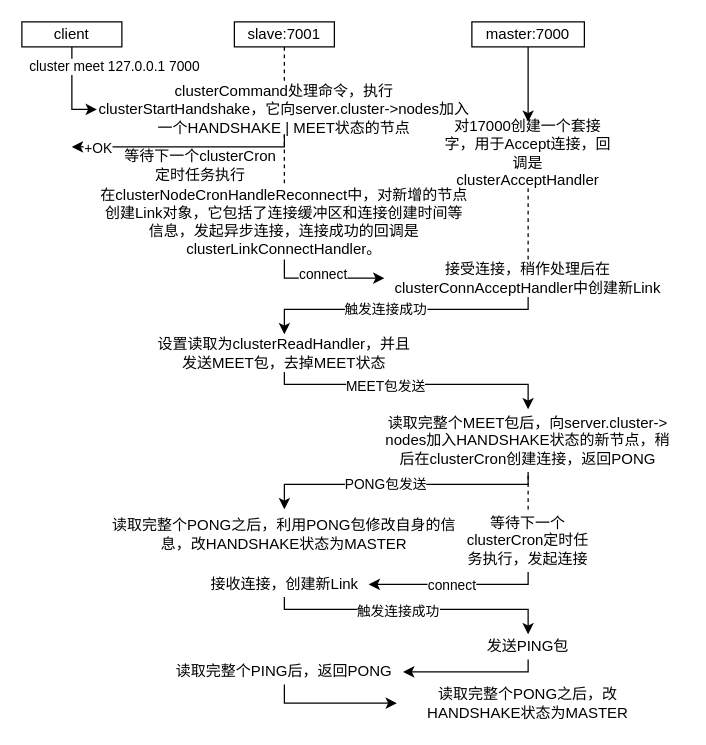
The draw.io diagram cluster-meet.drawio in Afeather2017/Afeather-Flowcharts, before the edit. Source tidied: cells renumbered, new cells numbered last; positions are measured from the earlier drawing's top-left corner, leaving out a move shared by most shapes. Both pictures are drawn from the tidied source at 125%, with x=0, y=0 at pixel (21, 21).
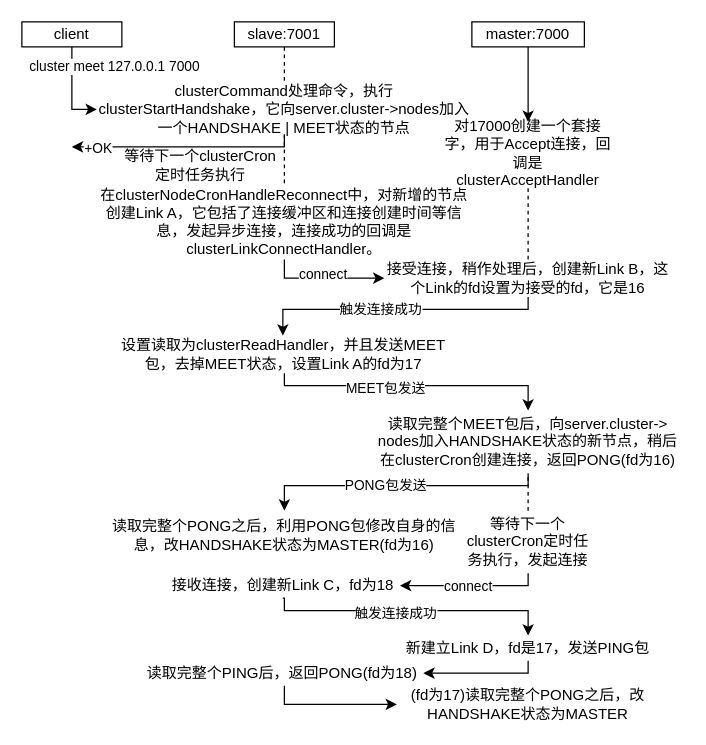
Above is the later version.

The edit, as a diff of the source:
```diff
@@
-    <mxCell id="12" style="edgeStyle=orthogonalEdgeStyle;rounded=0;jettySize=auto;html=1;entryX=0;entryY=0.5;entryDx=0;entryDy=0;" parent="1" edge="1" source="14" target="21">
+    <mxCell id="12" style="edgeStyle=orthogonalEdgeStyle;rounded=0;jettySize=auto;html=1;" parent="1" edge="1" source="14" target="21">
       <mxGeometry relative="1" as="geometry">
         <Array as="points">
           <mxPoint x="210" y="205" />
         </Array>
       </mxGeometry>
     </mxCell>
@@
-    <mxCell id="14" value="在clusterNodeCronHandleReconnect中，对新增的节点创建Link对象，它包括了连接缓冲区和连接创建时间等信息，发起异步连接，连接成功的回调是clusterLinkConnectHandler。" style="text;html=1;align=center;verticalAlign=middle;whiteSpace=wrap;rounded=0;" parent="1" vertex="1">
+    <mxCell id="14" value="在clusterNodeCronHandleReconnect中，对新增的节点创建Link A，它包括了连接缓冲区和连接创建时间等信息，发起异步连接，连接成功的回调是clusterLinkConnectHandler。" style="text;html=1;align=center;verticalAlign=middle;whiteSpace=wrap;rounded=0;" parent="1" vertex="1">
       <mxGeometry x="60" y="130" width="300" height="60" as="geometry" />
     </mxCell>
@@
     <mxCell id="19" style="edgeStyle=orthogonalEdgeStyle;rounded=0;jettySize=auto;html=1;entryX=0.5;entryY=0;entryDx=0;entryDy=0;" parent="1" edge="1" source="21" target="24">
       <mxGeometry relative="1" as="geometry">
         <Array as="points">
           <mxPoint x="405" y="230" />
-          <mxPoint x="210" y="230" />
+          <mxPoint x="209" y="230" />
         </Array>
       </mxGeometry>
     </mxCell>
-    <mxCell id="20" value="触发连接成功" style="edgeLabel;html=1;align=center;verticalAlign=middle;" parent="19" vertex="1">
-      <mxGeometry x="0.32" y="-1" relative="1" as="geometry">
-        <mxPoint x="24" as="offset" />
-      </mxGeometry>
-    </mxCell>
-    <mxCell id="21" value="接受连接，稍作处理后在clusterConnAcceptHandler中创建新Link" style="text;html=1;align=center;verticalAlign=middle;whiteSpace=wrap;rounded=0;" parent="1" vertex="1">
+    <mxCell id="21" value="接受连接，稍作处理后，创建新Link B，这个Link的fd设置为接受的fd，它是16" style="text;html=1;align=center;verticalAlign=middle;whiteSpace=wrap;rounded=0;" parent="1" vertex="1">
       <mxGeometry x="290" y="190" width="230" height="30" as="geometry" />
     </mxCell>
     <mxCell id="22" style="edgeStyle=orthogonalEdgeStyle;rounded=0;jettySize=auto;html=1;entryX=0.5;entryY=0;entryDx=0;entryDy=0;" parent="1" edge="1" source="24" target="27">
       <mxGeometry relative="1" as="geometry">
         <Array as="points">
-          <mxPoint x="210" y="290" />
-          <mxPoint x="405" y="290" />
+          <mxPoint x="210" y="291" />
+          <mxPoint x="405" y="291" />
         </Array>
       </mxGeometry>
     </mxCell>
@@
-    <mxCell id="24" value="设置读取为clusterReadHandler，并且发送MEET包，去掉MEET状态" style="text;html=1;align=center;verticalAlign=middle;whiteSpace=wrap;rounded=0;" parent="1" vertex="1">
-      <mxGeometry x="105" y="250" width="210" height="30" as="geometry" />
+    <mxCell id="24" value="设置读取为clusterReadHandler，并且发送MEET包，去掉MEET状态，设置Link A的fd为17" style="text;html=1;align=center;verticalAlign=middle;whiteSpace=wrap;rounded=0;" parent="1" vertex="1">
+      <mxGeometry x="77.5" y="251" width="262.5" height="30" as="geometry" />
     </mxCell>
     <mxCell id="25" style="edgeStyle=orthogonalEdgeStyle;rounded=0;jettySize=auto;html=1;entryX=0.5;entryY=0;entryDx=0;entryDy=0;" parent="1" edge="1" source="27" target="28">
       <mxGeometry relative="1" as="geometry">
         <Array as="points">
-          <mxPoint x="405" y="370" />
-          <mxPoint x="210" y="370" />
+          <mxPoint x="405" y="371" />
+          <mxPoint x="210" y="371" />
         </Array>
       </mxGeometry>
     </mxCell>
@@
-    <mxCell id="27" value="读取完整个MEET包后，向server.cluster-&amp;gt; nodes加入HANDSHAKE状态的新节点，稍后在clusterCron创建连接，返回PONG" style="text;html=1;align=center;verticalAlign=middle;whiteSpace=wrap;rounded=0;" parent="1" vertex="1">
-      <mxGeometry x="290" y="310" width="230" height="50" as="geometry" />
+    <mxCell id="27" value="读取完整个MEET包后，向server.cluster-&amp;gt; nodes加入HANDSHAKE状态的新节点，稍后在clusterCron创建连接，返回PONG(fd为16)" style="text;html=1;align=center;verticalAlign=middle;whiteSpace=wrap;rounded=0;" parent="1" vertex="1">
+      <mxGeometry x="280" y="311" width="250" height="50" as="geometry" />
     </mxCell>
-    <mxCell id="28" value="读取完整个PONG之后，利用PONG包修改自身的信息，改HANDSHAKE状态为MASTER" style="text;html=1;align=center;verticalAlign=middle;whiteSpace=wrap;rounded=0;" parent="1" vertex="1">
-      <mxGeometry x="60" y="390" width="300" height="40" as="geometry" />
+    <mxCell id="28" value="读取完整个PONG之后，利用PONG包修改自身的信息，改HANDSHAKE状态为MASTER(fd为16)" style="text;html=1;align=center;verticalAlign=middle;whiteSpace=wrap;rounded=0;" parent="1" vertex="1">
+      <mxGeometry x="60" y="391" width="300" height="40" as="geometry" />
     </mxCell>
     <mxCell id="29" style="edgeStyle=orthogonalEdgeStyle;rounded=0;jettySize=auto;html=1;" parent="1" edge="1" source="31" target="32">
       <mxGeometry relative="1" as="geometry">
         <Array as="points">
-          <mxPoint x="405" y="450" />
+          <mxPoint x="405" y="451" />
         </Array>
       </mxGeometry>
     </mxCell>
@@
     <mxCell id="31" value="等待下一个clusterCron定时任务执行，发起连接" style="text;html=1;align=center;verticalAlign=middle;whiteSpace=wrap;rounded=0;" parent="1" vertex="1">
-      <mxGeometry x="350" y="390" width="110" height="50" as="geometry" />
+      <mxGeometry x="350" y="391" width="110" height="50" as="geometry" />
     </mxCell>
-    <mxCell id="32" value="接收连接，创建新Link" style="text;html=1;align=center;verticalAlign=middle;whiteSpace=wrap;rounded=0;" parent="1" vertex="1">
-      <mxGeometry x="142.5" y="440" width="135" height="20" as="geometry" />
+    <mxCell id="32" value="接收连接，创建新Link C，fd为18" style="text;html=1;align=center;verticalAlign=middle;whiteSpace=wrap;rounded=0;" parent="1" vertex="1">
+      <mxGeometry x="115" y="441" width="187.5" height="20" as="geometry" />
     </mxCell>
@@
     <mxCell id="34" style="edgeStyle=orthogonalEdgeStyle;rounded=0;jettySize=auto;html=1;exitX=0.5;exitY=1;exitDx=0;exitDy=0;entryX=0.5;entryY=0;entryDx=0;entryDy=0;" parent="1" edge="1" source="32" target="37">
       <mxGeometry relative="1" as="geometry">
         <Array as="points">
-          <mxPoint x="210" y="470" />
-          <mxPoint x="405" y="470" />
+          <mxPoint x="210" y="471" />
+          <mxPoint x="405" y="471" />
         </Array>
       </mxGeometry>
     </mxCell>
@@
     <mxCell id="36" style="edgeStyle=orthogonalEdgeStyle;rounded=0;jettySize=auto;html=1;entryX=1;entryY=0.5;entryDx=0;entryDy=0;" parent="1" edge="1" source="37" target="39">
       <mxGeometry relative="1" as="geometry">
         <Array as="points">
-          <mxPoint x="405" y="520" />
+          <mxPoint x="405" y="521" />
         </Array>
       </mxGeometry>
     </mxCell>
-    <mxCell id="37" value="发送PING包" style="text;html=1;align=center;verticalAlign=middle;whiteSpace=wrap;rounded=0;" parent="1" vertex="1">
-      <mxGeometry x="350" y="490" width="110" height="20" as="geometry" />
+    <mxCell id="37" value="新建立Link D，fd是17，发送PING包" style="text;html=1;align=center;verticalAlign=middle;whiteSpace=wrap;rounded=0;" parent="1" vertex="1">
+      <mxGeometry x="300" y="491" width="210" height="20" as="geometry" />
     </mxCell>
     <mxCell id="38" style="edgeStyle=orthogonalEdgeStyle;rounded=0;jettySize=auto;html=1;entryX=0;entryY=0.5;entryDx=0;entryDy=0;" parent="1" edge="1" source="39" target="40">
       <mxGeometry relative="1" as="geometry">
         <Array as="points">
-          <mxPoint x="210" y="545" />
+          <mxPoint x="210" y="546" />
         </Array>
       </mxGeometry>
     </mxCell>
-    <mxCell id="39" value="读取完整个PING后，返回PONG" style="text;html=1;align=center;verticalAlign=middle;whiteSpace=wrap;rounded=0;" parent="1" vertex="1">
-      <mxGeometry x="115" y="510" width="190" height="20" as="geometry" />
+    <mxCell id="39" value="读取完整个PING后，返回PONG(fd为18)" style="text;html=1;align=center;verticalAlign=middle;whiteSpace=wrap;rounded=0;" parent="1" vertex="1">
+      <mxGeometry x="96.2" y="511" width="225" height="20" as="geometry" />
     </mxCell>
-    <mxCell id="40" value="读取完整个PONG之后，改HANDSHAKE状态为MASTER" style="text;html=1;align=center;verticalAlign=middle;whiteSpace=wrap;rounded=0;" parent="1" vertex="1">
-      <mxGeometry x="300" y="530" width="210" height="30" as="geometry" />
+    <mxCell id="40" value="(fd为17)读取完整个PONG之后，改HANDSHAKE状态为MASTER" style="text;html=1;align=center;verticalAlign=middle;whiteSpace=wrap;rounded=0;" parent="1" vertex="1">
+      <mxGeometry x="300" y="531" width="210" height="30" as="geometry" />
     </mxCell>
+    <mxCell id="20" value="触发连接成功" style="edgeLabel;html=1;align=center;verticalAlign=middle;" parent="1" vertex="1">
+      <mxGeometry x="286" y="229" as="geometry" />
+    </mxCell>
```
